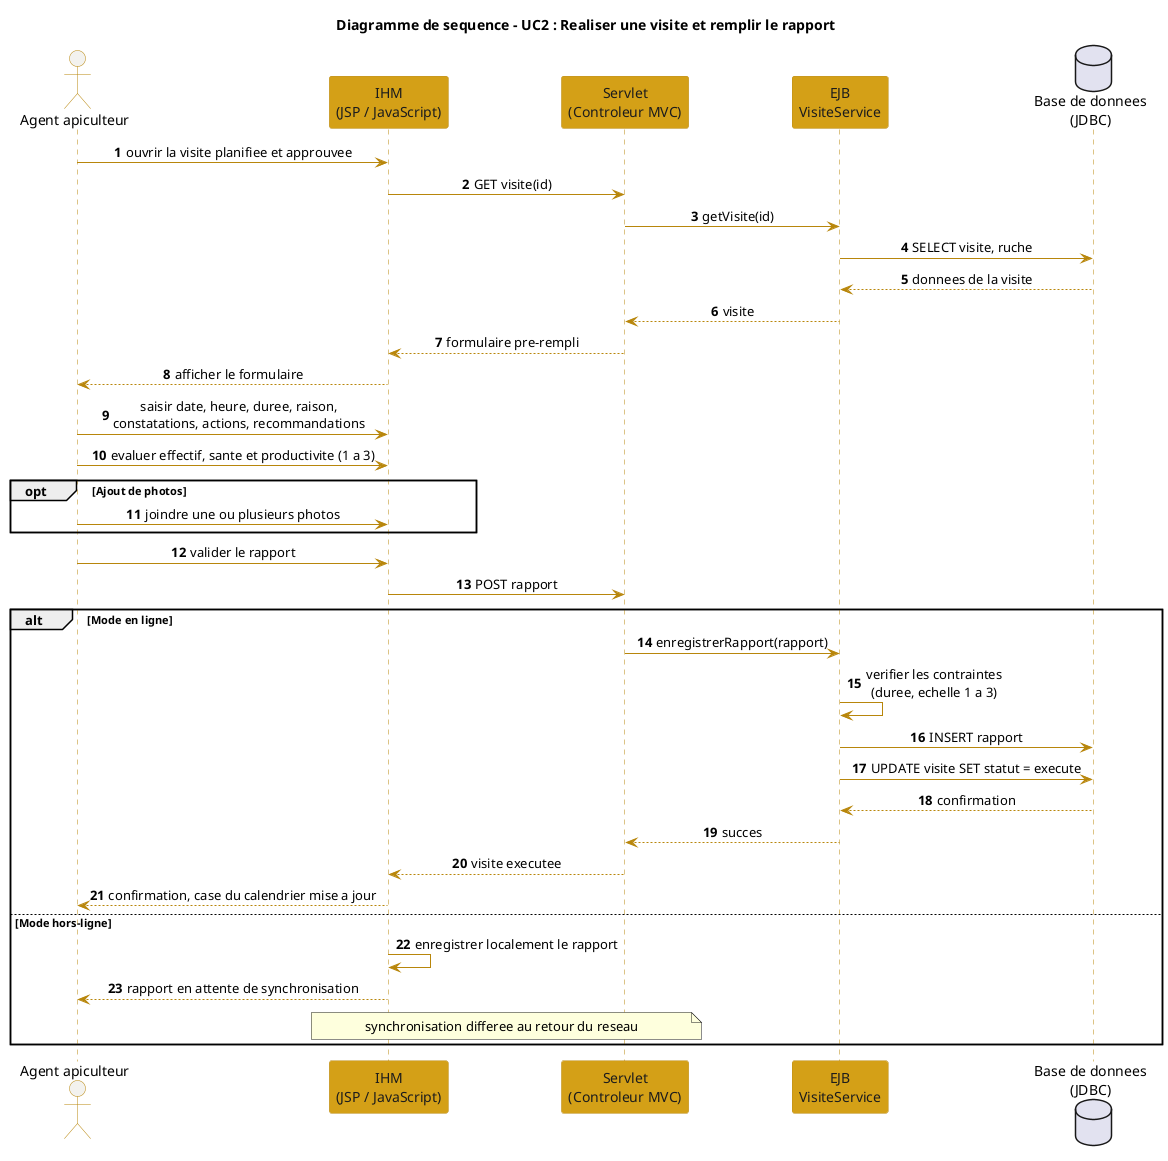
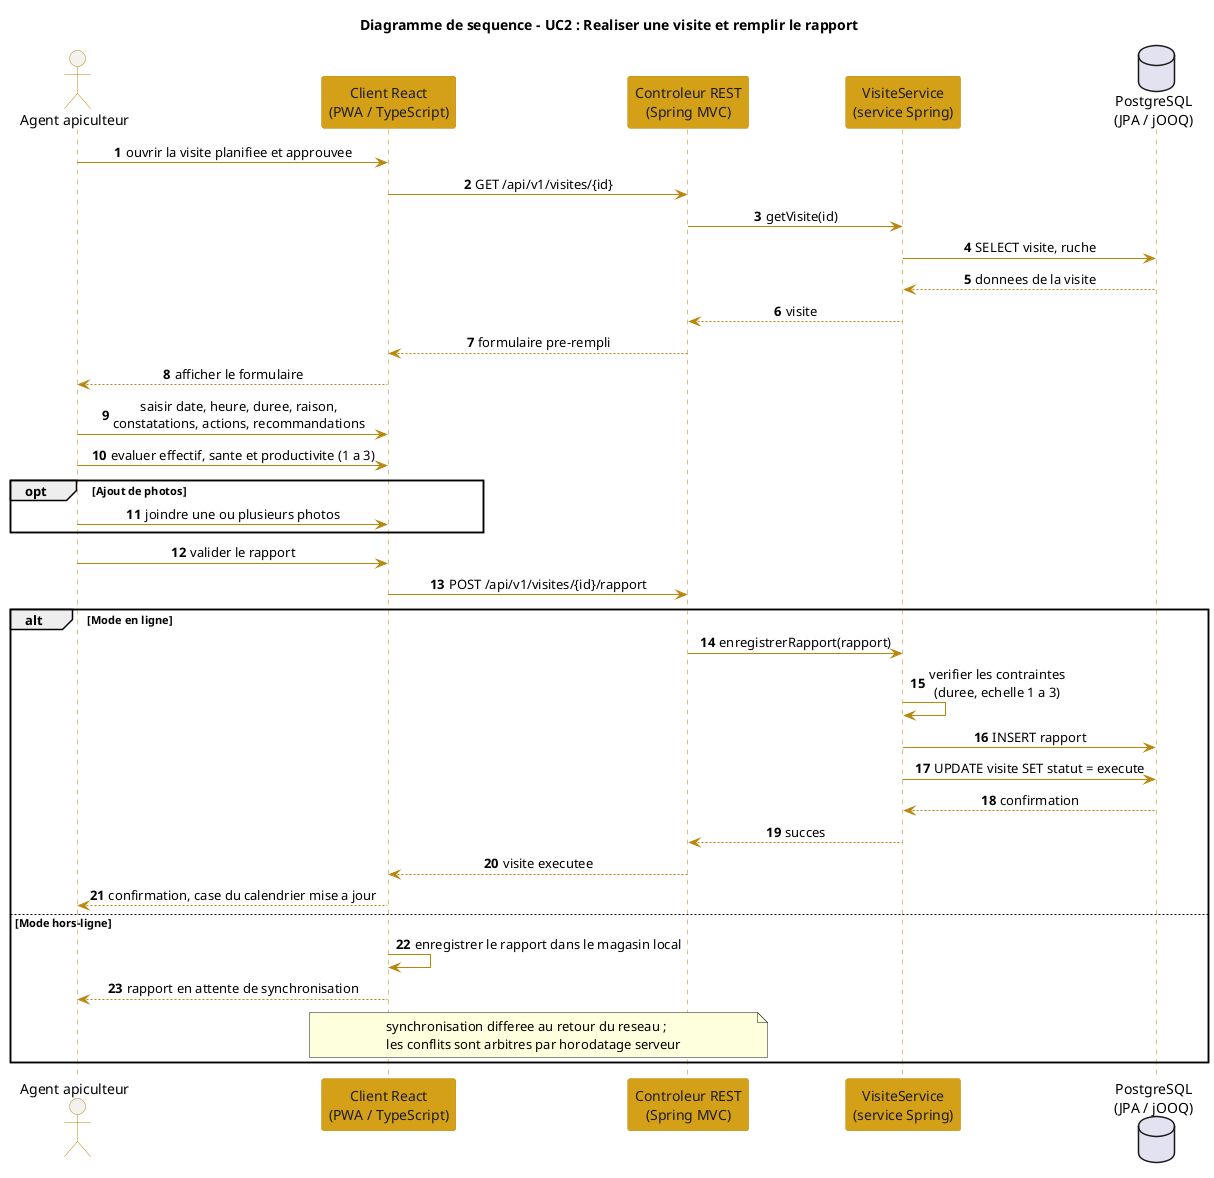
@startuml diagramme_sequence_uc2
' Diagramme de sequence - UC2 : Realiser une visite et remplir le rapport
skinparam shadowing false
skinparam sequenceMessageAlign center
skinparam ParticipantPadding 18
skinparam BoxPadding 12
skinparam sequence {
  ArrowColor #B8860B
  LifeLineBorderColor #B8860B
  LifeLineBackgroundColor #F3F2EE
  ParticipantBorderColor #B8860B
  ParticipantBackgroundColor #D4A017
  ParticipantFontColor #1C1C1C
  ActorBorderColor #B8860B
  ActorBackgroundColor #F3F2EE
}
title Diagramme de sequence - UC2 : Realiser une visite et remplir le rapport

actor "Agent apiculteur" as Agent
- participant "IHM\n(JSP / JavaScript)" as IHM
- participant "Servlet\n(Controleur MVC)" as Servlet
- participant "EJB\nVisiteService" as EJB
- database "Base de donnees\n(JDBC)" as BD
+ participant "Client React\n(PWA / TypeScript)" as IHM
+ participant "Controleur REST\n(Spring MVC)" as Ctrl
+ participant "VisiteService\n(service Spring)" as Svc
+ database "PostgreSQL\n(JPA / jOOQ)" as BD

autonumber

Agent -> IHM : ouvrir la visite planifiee et approuvee
- IHM -> Servlet : GET visite(id)
- Servlet -> EJB : getVisite(id)
- EJB -> BD : SELECT visite, ruche
- BD --> EJB : donnees de la visite
- EJB --> Servlet : visite
- Servlet --> IHM : formulaire pre-rempli
+ IHM -> Ctrl : GET /api/v1/visites/{id}
+ Ctrl -> Svc : getVisite(id)
+ Svc -> BD : SELECT visite, ruche
+ BD --> Svc : donnees de la visite
+ Svc --> Ctrl : visite
+ Ctrl --> IHM : formulaire pre-rempli
IHM --> Agent : afficher le formulaire

Agent -> IHM : saisir date, heure, duree, raison,\nconstatations, actions, recommandations
Agent -> IHM : evaluer effectif, sante et productivite (1 a 3)

opt Ajout de photos
  Agent -> IHM : joindre une ou plusieurs photos
end

Agent -> IHM : valider le rapport
- IHM -> Servlet : POST rapport
+ IHM -> Ctrl : POST /api/v1/visites/{id}/rapport

alt Mode en ligne
-   Servlet -> EJB : enregistrerRapport(rapport)
-   EJB -> EJB : verifier les contraintes\n(duree, echelle 1 a 3)
-   EJB -> BD : INSERT rapport
-   EJB -> BD : UPDATE visite SET statut = execute
-   BD --> EJB : confirmation
-   EJB --> Servlet : succes
-   Servlet --> IHM : visite executee
+   Ctrl -> Svc : enregistrerRapport(rapport)
+   Svc -> Svc : verifier les contraintes\n(duree, echelle 1 a 3)
+   Svc -> BD : INSERT rapport
+   Svc -> BD : UPDATE visite SET statut = execute
+   BD --> Svc : confirmation
+   Svc --> Ctrl : succes
+   Ctrl --> IHM : visite executee
  IHM --> Agent : confirmation, case du calendrier mise a jour
else Mode hors-ligne
-   IHM -> IHM : enregistrer localement le rapport
+   IHM -> IHM : enregistrer le rapport dans le magasin local
  IHM --> Agent : rapport en attente de synchronisation
-   note over IHM, Servlet : synchronisation differee au retour du reseau
+   note over IHM, Ctrl : synchronisation differee au retour du reseau ;\nles conflits sont arbitres par horodatage serveur
end

@enduml
